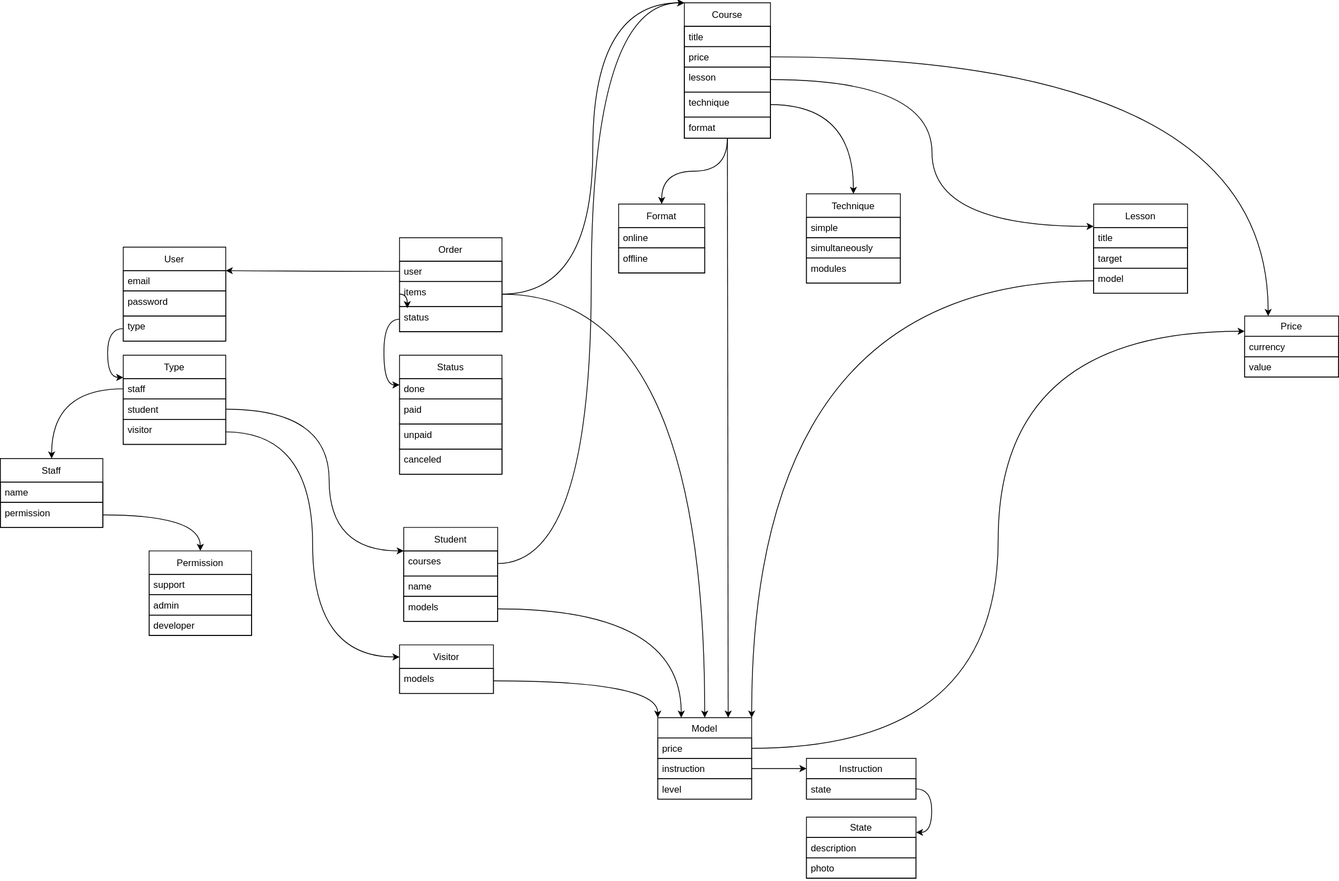
NikBulatov/web_patterns keeps this draw.io diagram as project_entities.svg. Above is the earlier version. Source tidied: cells renumbered, new cells last; positions are measured from the earlier drawing's top-left corner, leaving out a move shared by most shapes.
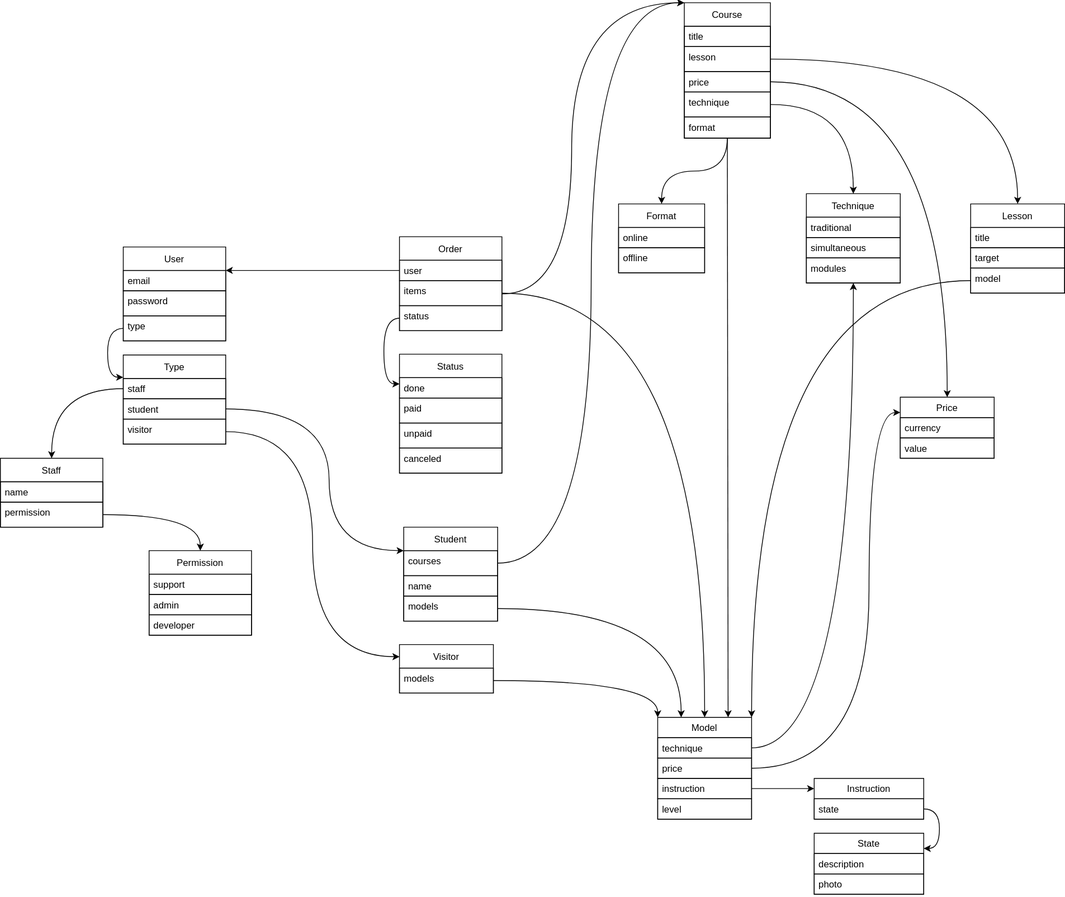
Above is the later version.

What changed in the source:
```diff
@@ -19,13 +19,13 @@
     <mxCell id="5" style="edgeStyle=orthogonalEdgeStyle;curved=1;jumpStyle=sharp;jumpSize=15;jettySize=auto;html=1;entryX=0;entryY=0;entryDx=0;entryDy=0;fontSize=18;elbow=vertical;" parent="1" edge="1" source="10" target="29">
       <mxGeometry relative="1" as="geometry">
         <Array as="points">
-          <mxPoint x="757" y="372" />
-          <mxPoint x="757" />
+          <mxPoint x="730" y="372" />
+          <mxPoint x="730" />
         </Array>
       </mxGeometry>
     </mxCell>
     <mxCell id="6" style="group;" parent="1" vertex="1">
-      <mxGeometry x="510" y="300" width="130.9" height="302" as="geometry" />
+      <mxGeometry x="510" y="299" width="130.9" height="302" as="geometry" />
     </mxCell>
     <mxCell id="7" value="Order" style="swimlane;fontStyle=0;horizontal=1;startSize=30;fillColor=none;" parent="6" vertex="1">
       <mxGeometry width="130.9" height="120" as="geometry" />
@@ -33,9 +33,6 @@
     <mxCell id="8" value="user" style="text;strokeColor=default;fillColor=none;align=left;verticalAlign=top;spacingLeft=4;spacingRight=4;overflow=hidden;points=[[0,0.5],[1,0.5]];portConstraint=eastwest;" parent="7" vertex="1">
       <mxGeometry y="30" width="130.9" height="26" as="geometry" />
     </mxCell>
-    <mxCell id="9" style="edgeStyle=orthogonalEdgeStyle;curved=1;rounded=0;jettySize=auto;html=1;exitX=0;exitY=0.5;exitDx=0;exitDy=0;entryX=0.076;entryY=0.063;entryDx=0;entryDy=0;entryPerimeter=0;" parent="7" edge="1" source="10" target="11">
-      <mxGeometry relative="1" as="geometry" />
-    </mxCell>
     <mxCell id="10" value="items" style="text;strokeColor=default;fillColor=none;align=left;verticalAlign=top;spacingLeft=4;spacingRight=4;overflow=hidden;points=[[0,0.5],[1,0.5]];portConstraint=eastwest;" parent="7" vertex="1">
       <mxGeometry y="56" width="130.9" height="32" as="geometry" />
     </mxCell>
@@ -61,7 +58,7 @@
       <mxGeometry relative="1" as="geometry" />
     </mxCell>
     <mxCell id="18" value="Price" style="swimlane;fontStyle=0;horizontal=1;startSize=26;fillColor=none;" parent="1" vertex="1">
-      <mxGeometry x="1590" y="400" width="120" height="78" as="geometry" />
+      <mxGeometry x="1150" y="504" width="120" height="78" as="geometry" />
     </mxCell>
     <mxCell id="19" value="currency" style="text;strokeColor=default;fillColor=none;align=left;verticalAlign=top;spacingLeft=4;spacingRight=4;overflow=hidden;" parent="18" vertex="1">
       <mxGeometry y="26" width="120" height="26" as="geometry" />
@@ -70,22 +67,30 @@
       <mxGeometry y="52" width="120" height="26" as="geometry" />
     </mxCell>
     <mxCell id="21" style="rounded=0;jettySize=auto;html=1;entryX=0;entryY=0.25;entryDx=0;entryDy=0;edgeStyle=orthogonalEdgeStyle;curved=1;" parent="1" edge="1" source="24" target="18">
-      <mxGeometry relative="1" as="geometry" />
+      <mxGeometry relative="1" as="geometry">
+        <Array as="points">
+          <mxPoint x="1110" y="978" />
+          <mxPoint x="1110" y="524" />
+        </Array>
+      </mxGeometry>
     </mxCell>
-    <mxCell id="22" style="jettySize=auto;html=1;exitX=1;exitY=0.5;exitDx=0;exitDy=0;edgeStyle=orthogonalEdgeStyle;curved=1;entryX=0.25;entryY=0;entryDx=0;entryDy=0;" parent="1" edge="1" source="31" target="18">
+    <mxCell id="22" style="jettySize=auto;html=1;exitX=1;exitY=0.5;exitDx=0;exitDy=0;edgeStyle=orthogonalEdgeStyle;curved=1;entryX=0.5;entryY=0;entryDx=0;entryDy=0;" parent="1" edge="1" source="31" target="18">
       <mxGeometry relative="1" as="geometry" />
     </mxCell>
     <mxCell id="23" value="Model" style="swimlane;fontStyle=0;horizontal=1;startSize=26;fillColor=none;" parent="1" vertex="1">
-      <mxGeometry x="840" y="913" width="120" height="104" as="geometry" />
+      <mxGeometry x="840" y="913" width="120" height="130" as="geometry" />
     </mxCell>
+    <mxCell id="84" value="technique" style="text;strokeColor=default;fillColor=none;align=left;verticalAlign=top;spacingLeft=4;spacingRight=4;overflow=hidden;points=[[0,0.5],[1,0.5]];portConstraint=eastwest;" parent="23" vertex="1">
+      <mxGeometry y="26" width="120" height="26" as="geometry" />
+    </mxCell>
     <mxCell id="24" value="price" style="text;strokeColor=default;fillColor=none;align=left;verticalAlign=top;spacingLeft=4;spacingRight=4;overflow=hidden;points=[[0,0.5],[1,0.5]];portConstraint=eastwest;" parent="23" vertex="1">
-      <mxGeometry y="26" width="120" height="26" as="geometry" />
+      <mxGeometry y="52" width="120" height="26" as="geometry" />
     </mxCell>
     <mxCell id="25" value="instruction" style="text;strokeColor=default;fillColor=none;align=left;verticalAlign=top;spacingLeft=4;spacingRight=4;overflow=hidden;points=[[0,0.5],[1,0.5]];portConstraint=eastwest;" parent="23" vertex="1">
-      <mxGeometry y="52" width="120" height="26" as="geometry" />
+      <mxGeometry y="78" width="120" height="26" as="geometry" />
     </mxCell>
     <mxCell id="26" value="level" style="text;strokeColor=default;fillColor=none;align=left;verticalAlign=top;spacingLeft=4;spacingRight=4;overflow=hidden;" parent="23" vertex="1">
-      <mxGeometry y="78" width="120" height="26" as="geometry" />
+      <mxGeometry y="104" width="120" height="26" as="geometry" />
     </mxCell>
     <mxCell id="27" style="jettySize=auto;html=1;entryX=0;entryY=0.25;entryDx=0;entryDy=0;edgeStyle=orthogonalEdgeStyle;curved=1;exitX=1;exitY=0.5;exitDx=0;exitDy=0;" parent="1" edge="1" source="25" target="41">
       <mxGeometry relative="1" as="geometry" />
@@ -99,19 +104,19 @@
     <mxCell id="30" value="title" style="text;strokeColor=default;fillColor=none;align=left;verticalAlign=top;spacingLeft=4;spacingRight=4;overflow=hidden;" parent="29" vertex="1">
       <mxGeometry y="30" width="110" height="26" as="geometry" />
     </mxCell>
+    <mxCell id="32" value="lesson" style="text;strokeColor=default;fillColor=none;align=left;verticalAlign=top;spacingLeft=4;spacingRight=4;overflow=hidden;points=[[0,0.5],[1,0.5]];portConstraint=eastwest;" parent="29" vertex="1">
+      <mxGeometry y="56" width="110" height="32" as="geometry" />
+    </mxCell>
     <mxCell id="31" value="price" style="text;strokeColor=default;fillColor=none;align=left;verticalAlign=top;spacingLeft=4;spacingRight=4;overflow=hidden;points=[[0,0.5],[1,0.5]];portConstraint=eastwest;" parent="29" vertex="1">
-      <mxGeometry y="56" width="110" height="26" as="geometry" />
+      <mxGeometry y="88" width="110" height="26" as="geometry" />
     </mxCell>
-    <mxCell id="32" value="lesson" style="text;strokeColor=default;fillColor=none;align=left;verticalAlign=top;spacingLeft=4;spacingRight=4;overflow=hidden;points=[[0,0.5],[1,0.5]];portConstraint=eastwest;" parent="29" vertex="1">
-      <mxGeometry y="82" width="110" height="32" as="geometry" />
-    </mxCell>
     <mxCell id="33" value="technique" style="text;strokeColor=default;fillColor=none;align=left;verticalAlign=top;spacingLeft=4;spacingRight=4;overflow=hidden;points=[[0,0.5],[1,0.5]];portConstraint=eastwest;" parent="29" vertex="1">
       <mxGeometry y="114" width="110" height="32" as="geometry" />
     </mxCell>
     <mxCell id="34" value="format" style="text;strokeColor=default;fillColor=none;align=left;verticalAlign=top;spacingLeft=4;spacingRight=4;overflow=hidden;points=[[0,0.5],[1,0.5]];portConstraint=eastwest;" parent="29" vertex="1">
       <mxGeometry y="146" width="110" height="27" as="geometry" />
     </mxCell>
-    <mxCell id="35" style="edgeStyle=orthogonalEdgeStyle;jettySize=auto;html=1;entryX=0;entryY=0.25;entryDx=0;entryDy=0;curved=1;" parent="1" edge="1" source="32" target="47">
+    <mxCell id="35" style="edgeStyle=orthogonalEdgeStyle;jettySize=auto;html=1;entryX=0.5;entryY=0;entryDx=0;entryDy=0;curved=1;" parent="1" edge="1" source="32" target="47">
       <mxGeometry relative="1" as="geometry" />
     </mxCell>
     <mxCell id="36" style="jettySize=auto;html=1;exitX=1;exitY=0.5;exitDx=0;exitDy=0;entryX=0.5;entryY=0;entryDx=0;entryDy=0;rounded=0;edgeStyle=orthogonalEdgeStyle;curved=1;" parent="1" edge="1" source="33" target="43">
@@ -121,7 +126,7 @@
       <mxGeometry relative="1" as="geometry" />
     </mxCell>
     <mxCell id="38" value="State" style="swimlane;fontStyle=0;horizontal=1;startSize=26;fillColor=none;" parent="1" vertex="1">
-      <mxGeometry x="1030" y="1040" width="140" height="78" as="geometry" />
+      <mxGeometry x="1040" y="1061" width="140" height="78" as="geometry" />
     </mxCell>
     <mxCell id="39" value="description" style="text;strokeColor=default;fillColor=none;align=left;verticalAlign=top;spacingLeft=4;spacingRight=4;overflow=hidden;" parent="38" vertex="1">
       <mxGeometry y="26" width="140" height="26" as="geometry" />
@@ -130,7 +135,7 @@
       <mxGeometry y="52" width="140" height="26" as="geometry" />
     </mxCell>
     <mxCell id="41" value="Instruсtion" style="swimlane;fontStyle=0;horizontal=1;startSize=26;fillColor=none;" parent="1" vertex="1">
-      <mxGeometry x="1030" y="965" width="140" height="52" as="geometry" />
+      <mxGeometry x="1040" y="991" width="140" height="52" as="geometry" />
     </mxCell>
     <mxCell id="42" value="state" style="text;strokeColor=default;fillColor=none;align=left;verticalAlign=top;spacingLeft=4;spacingRight=4;overflow=hidden;points=[[0,0.5],[1,0.5]];portConstraint=eastwest;" parent="41" vertex="1">
       <mxGeometry y="26" width="140" height="26" as="geometry" />
@@ -138,17 +143,17 @@
     <mxCell id="43" value="Technique" style="swimlane;fontStyle=0;horizontal=1;startSize=30;fillColor=none;" parent="1" vertex="1">
       <mxGeometry x="1030" y="244" width="120" height="114" as="geometry" />
     </mxCell>
-    <mxCell id="44" value="simple" style="text;strokeColor=default;fillColor=none;align=left;verticalAlign=top;spacingLeft=4;spacingRight=4;overflow=hidden;" parent="43" vertex="1">
+    <mxCell id="44" value="traditional" style="text;strokeColor=default;fillColor=none;align=left;verticalAlign=top;spacingLeft=4;spacingRight=4;overflow=hidden;" parent="43" vertex="1">
       <mxGeometry y="30" width="120" height="26" as="geometry" />
     </mxCell>
-    <mxCell id="45" value="simultaneously" style="text;strokeColor=default;fillColor=none;align=left;verticalAlign=top;spacingLeft=4;spacingRight=4;overflow=hidden;" parent="43" vertex="1">
+    <mxCell id="45" value="simultaneous" style="text;strokeColor=default;fillColor=none;align=left;verticalAlign=top;spacingLeft=4;spacingRight=4;overflow=hidden;" parent="43" vertex="1">
       <mxGeometry y="56" width="120" height="26" as="geometry" />
     </mxCell>
     <mxCell id="46" value="modules" style="text;strokeColor=default;fillColor=none;align=left;verticalAlign=top;spacingLeft=4;spacingRight=4;overflow=hidden;" parent="43" vertex="1">
       <mxGeometry y="82" width="120" height="32" as="geometry" />
     </mxCell>
     <mxCell id="47" value="Lesson" style="swimlane;fontStyle=0;horizontal=1;startSize=30;fillColor=none;" parent="1" vertex="1">
-      <mxGeometry x="1397" y="257" width="120" height="114" as="geometry" />
+      <mxGeometry x="1240" y="257" width="120" height="114" as="geometry" />
     </mxCell>
     <mxCell id="48" value="title" style="text;strokeColor=default;fillColor=none;align=left;verticalAlign=top;spacingLeft=4;spacingRight=4;overflow=hidden;" parent="47" vertex="1">
       <mxGeometry y="30" width="120" height="26" as="geometry" />
@@ -171,7 +176,7 @@
     <mxCell id="54" style="edgeStyle=orthogonalEdgeStyle;jettySize=auto;html=1;entryX=1;entryY=0.25;entryDx=0;entryDy=0;curved=1;exitX=1;exitY=0.5;exitDx=0;exitDy=0;" parent="1" edge="1" source="42" target="38">
       <mxGeometry relative="1" as="geometry" />
     </mxCell>
-    <mxCell id="55" style="edgeStyle=orthogonalEdgeStyle;curved=1;rounded=0;jettySize=auto;html=1;entryX=1;entryY=0;entryDx=0;entryDy=0;" parent="1" edge="1" source="50" target="23">
+    <mxCell id="55" style="edgeStyle=orthogonalEdgeStyle;curved=1;rounded=0;jettySize=auto;html=1;entryX=1;entryY=0;entryDx=0;entryDy=0;exitX=0;exitY=0.5;exitDx=0;exitDy=0;" parent="1" edge="1" source="50" target="23">
       <mxGeometry relative="1" as="geometry" />
     </mxCell>
     <mxCell id="56" style="edgeStyle=orthogonalEdgeStyle;jettySize=auto;html=1;entryX=0;entryY=0.25;entryDx=0;entryDy=0;fontSize=18;exitX=1;exitY=0.5;exitDx=0;exitDy=0;curved=1;" parent="1" edge="1" source="63" target="78">
@@ -263,5 +268,8 @@
     <mxCell id="83" style="edgeStyle=orthogonalEdgeStyle;curved=1;rounded=0;jettySize=auto;html=1;entryX=0.5;entryY=0;entryDx=0;entryDy=0;" parent="1" edge="1" source="10" target="23">
       <mxGeometry relative="1" as="geometry" />
     </mxCell>
+    <mxCell id="85" style="edgeStyle=orthogonalEdgeStyle;jettySize=auto;html=1;exitX=1;exitY=0.5;exitDx=0;exitDy=0;curved=1;" parent="1" edge="1" source="84" target="43">
+      <mxGeometry relative="1" as="geometry" />
+    </mxCell>
   </root>
 </mxGraphModel>
```
